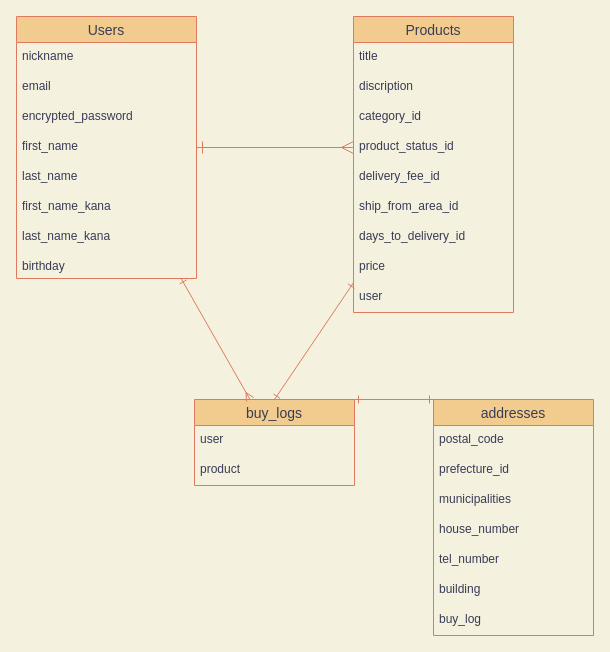
shisoshiso/furima-30312 keeps this draw.io diagram as furima.dio. Above is the earlier version. Source tidied: cells renumbered, new cells numbered last; positions are measured from the earlier drawing's top-left corner, leaving out a move shared by most shapes. Both pictures are drawn from the tidied source at 100%, with x=0, y=0 at pixel (16, 16).
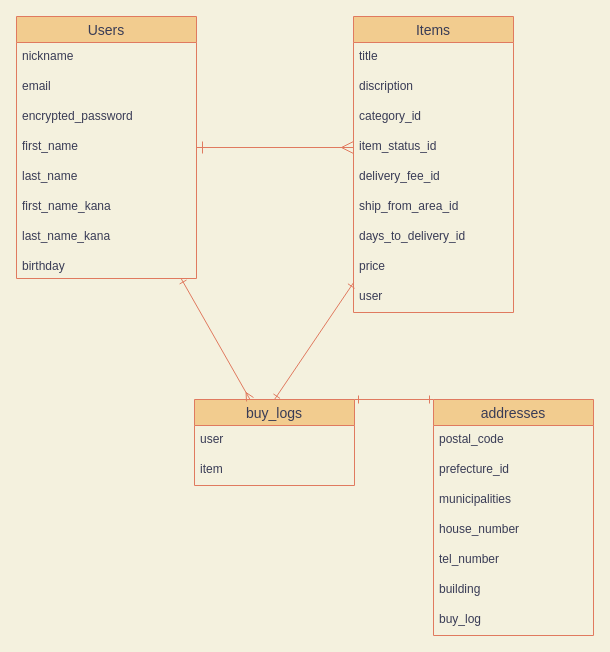
After the change.

Commit message (it also covers changes not shown here):
モデル名変更

・product→item
controller,viewの名称と整合をとるため。

Unchanged cells that the change refers to:
```xml
<mxCell id="29" value="buy_logs" style="swimlane;fontStyle=0;horizontal=1;startSize=26;align=center;fontSize=14;fillColor=#F2CC8F;strokeColor=#E07A5F;fontColor=#393C56;" parent="1" vertex="1">
  <mxGeometry x="178" y="383" width="160" height="86" as="geometry" />
</mxCell>
```

Diff of the diagram source:
```diff
@@
-    <mxCell id="19" value="Products" style="swimlane;fontStyle=0;horizontal=1;startSize=26;align=center;fontSize=14;fillColor=#F2CC8F;strokeColor=#E07A5F;fontColor=#393C56;" parent="1" vertex="1">
+    <mxCell id="19" value="Items" style="swimlane;fontStyle=0;horizontal=1;startSize=26;align=center;fontSize=14;fillColor=#F2CC8F;strokeColor=#E07A5F;fontColor=#393C56;" parent="1" vertex="1">
       <mxGeometry x="337" width="160" height="296" as="geometry" />
     </mxCell>
@@
-    <mxCell id="23" value="product_status_id" style="text;strokeColor=none;fillColor=none;spacingLeft=4;spacingRight=4;overflow=hidden;points=[[0,0.5],[1,0.5]];portConstraint=eastwest;fontSize=12;fontColor=#393C56;" parent="19" vertex="1">
+    <mxCell id="23" value="item_status_id" style="text;strokeColor=none;fillColor=none;spacingLeft=4;spacingRight=4;overflow=hidden;points=[[0,0.5],[1,0.5]];portConstraint=eastwest;fontSize=12;fontColor=#393C56;" parent="19" vertex="1">
       <mxGeometry y="116" width="160" height="30" as="geometry" />
     </mxCell>
@@
-    <mxCell id="31" value="product" style="text;strokeColor=none;fillColor=none;spacingLeft=4;spacingRight=4;overflow=hidden;fontSize=12;fontColor=#393C56;" parent="29" vertex="1">
+    <mxCell id="31" value="item" style="text;strokeColor=none;fillColor=none;spacingLeft=4;spacingRight=4;overflow=hidden;fontSize=12;fontColor=#393C56;" parent="29" vertex="1">
       <mxGeometry y="56" width="160" height="30" as="geometry" />
     </mxCell>
```
